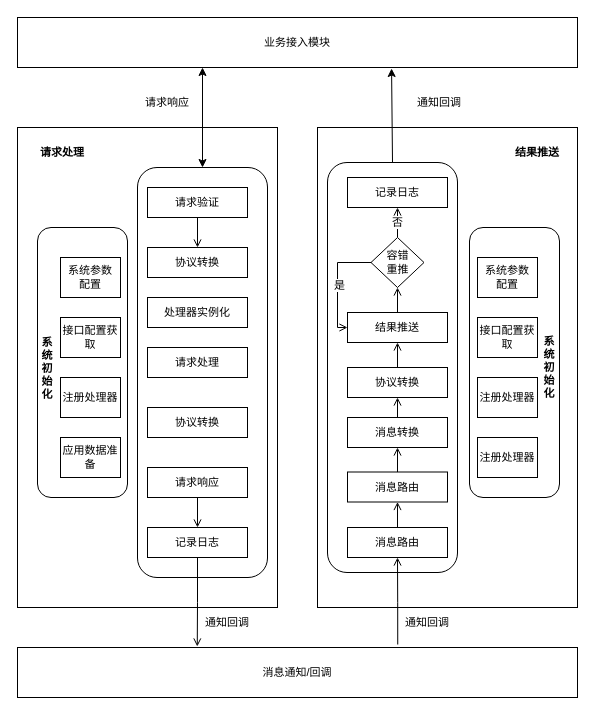
Earlier version of the draw.io diagram page "逻辑结构" (6 of 6) of 导入.drawio (vvhard/draw_io). Source tidied: cells renumbered, new cells numbered last; positions are measured from the earlier drawing's top-left corner, leaving out a move shared by most shapes. Both pictures are drawn from the tidied source at 100%, with x=0, y=0 at pixel (17, 17).
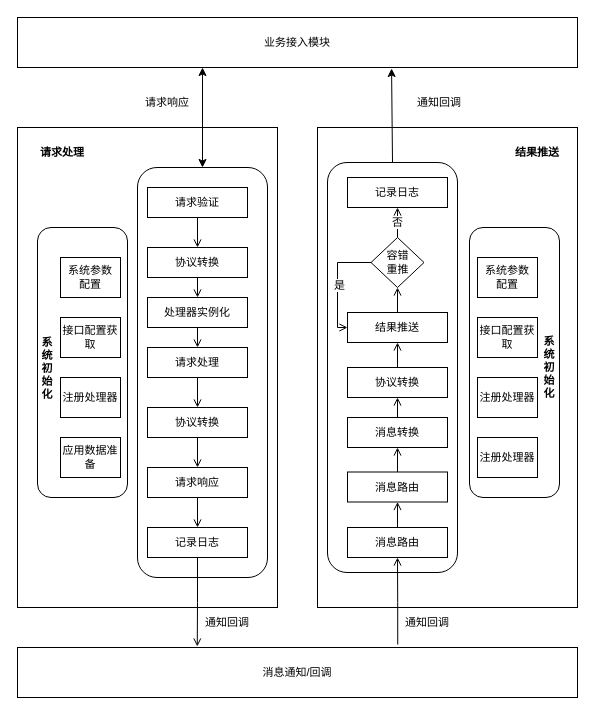
The same page after the edit.

Unchanged cells that the change refers to:
```xml
<mxCell id="12" value="协议转换" style="rounded=0;whiteSpace=wrap;html=1;strokeWidth=1;fontFamily=Helvetica;fontSize=11;" parent="1" vertex="1">
  <mxGeometry x="130" y="230" width="100" height="30" as="geometry" />
</mxCell>
<mxCell id="13" value="处理器实例化" style="rounded=0;whiteSpace=wrap;html=1;strokeWidth=1;fontFamily=Helvetica;fontSize=11;" parent="1" vertex="1">
  <mxGeometry x="130" y="280" width="100" height="30" as="geometry" />
</mxCell>
<mxCell id="14" value="请求处理" style="rounded=0;whiteSpace=wrap;html=1;strokeWidth=1;fontFamily=Helvetica;fontSize=11;" parent="1" vertex="1">
  <mxGeometry x="130" y="330" width="100" height="30" as="geometry" />
</mxCell>
<mxCell id="18" value="请求响应" style="rounded=0;whiteSpace=wrap;html=1;strokeWidth=1;fontFamily=Helvetica;fontSize=11;" parent="1" vertex="1">
  <mxGeometry x="130" y="450" width="100" height="30" as="geometry" />
</mxCell>
<mxCell id="39" value="协议转换" style="rounded=0;whiteSpace=wrap;html=1;strokeWidth=1;fontFamily=Helvetica;fontSize=11;" parent="1" vertex="1">
  <mxGeometry x="130" y="390" width="100" height="30" as="geometry" />
</mxCell>
```

What changed in the source:
```diff
@@
+    <mxCell id="54" style="edgeStyle=orthogonalEdgeStyle;rounded=0;jumpSize=3;jettySize=auto;html=1;exitX=0.5;exitY=1;exitDx=0;exitDy=0;entryX=0.5;entryY=0;entryDx=0;entryDy=0;fontFamily=Helvetica;fontSize=11;fontColor=default;startArrow=none;startFill=0;endArrow=open;endFill=0;" parent="1" edge="1" source="12" target="13">
+      <mxGeometry relative="1" as="geometry" />
+    </mxCell>
@@
+    <mxCell id="55" style="edgeStyle=orthogonalEdgeStyle;rounded=0;jumpSize=3;jettySize=auto;html=1;exitX=0.5;exitY=1;exitDx=0;exitDy=0;entryX=0.5;entryY=0;entryDx=0;entryDy=0;fontFamily=Helvetica;fontSize=11;fontColor=default;startArrow=none;startFill=0;endArrow=open;endFill=0;" parent="1" edge="1" source="13" target="14">
+      <mxGeometry relative="1" as="geometry" />
+    </mxCell>
@@
+    <mxCell id="56" style="edgeStyle=orthogonalEdgeStyle;rounded=0;jumpSize=3;jettySize=auto;html=1;fontFamily=Helvetica;fontSize=11;fontColor=default;startArrow=none;startFill=0;endArrow=open;endFill=0;" parent="1" edge="1" source="14" target="39">
+      <mxGeometry relative="1" as="geometry" />
+    </mxCell>
@@
+    <mxCell id="57" style="edgeStyle=orthogonalEdgeStyle;rounded=0;jumpSize=3;jettySize=auto;html=1;exitX=0.5;exitY=1;exitDx=0;exitDy=0;fontFamily=Helvetica;fontSize=11;fontColor=default;startArrow=none;startFill=0;endArrow=open;endFill=0;" parent="1" edge="1" source="39" target="18">
+      <mxGeometry relative="1" as="geometry" />
+    </mxCell>
```
